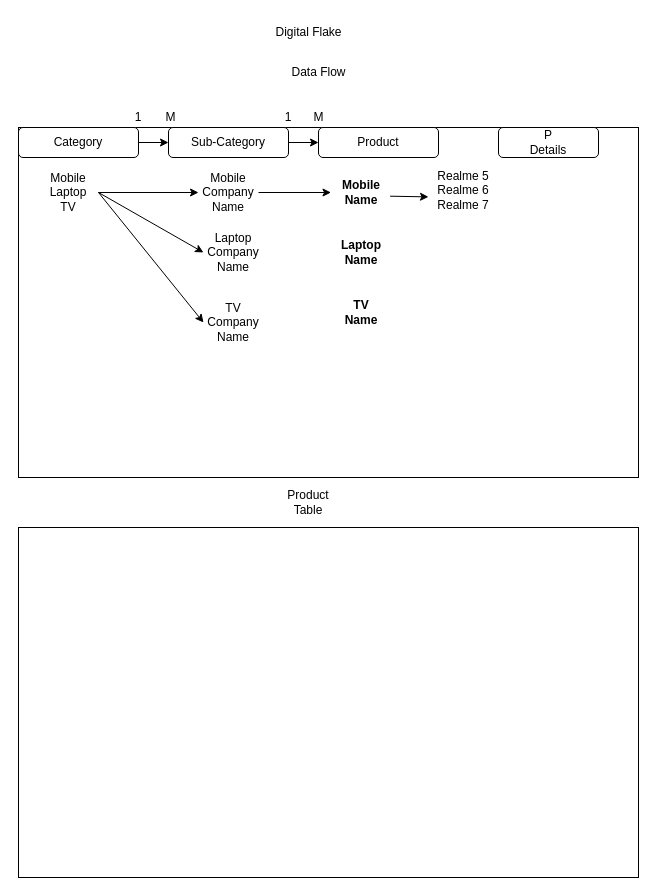
The draw.io diagram Untitled Diagram.drawio in maheshpawar3819/Project-Drawings, before the edit. Source tidied: cells renumbered, new cells numbered last; positions are measured from the earlier drawing's top-left corner, leaving out a move shared by most shapes. Both pictures are drawn from the tidied source at 100%, with x=0, y=0 at pixel (18, 17).
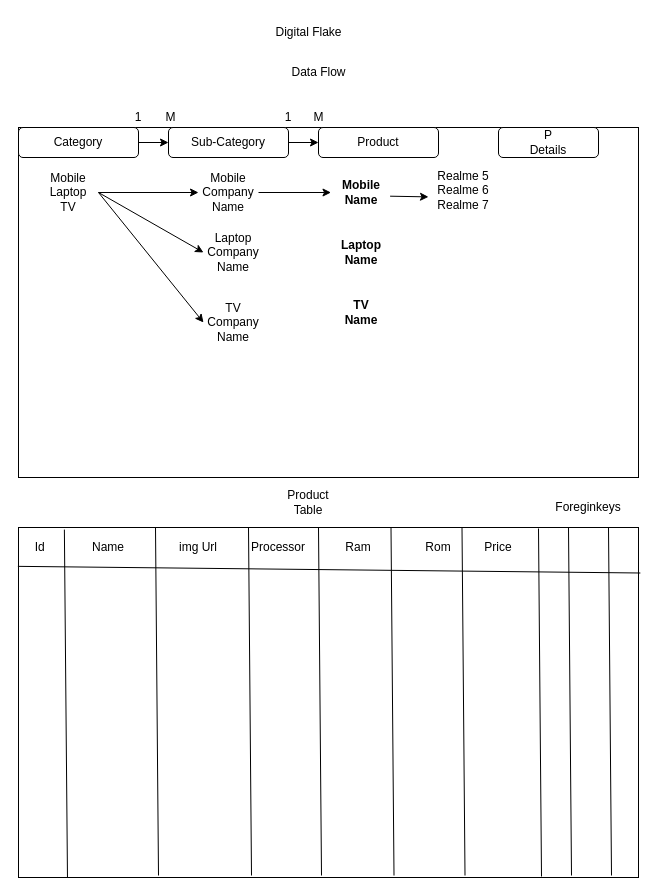
The same page after the edit.

The change refers to these unchanged cells:
```xml
<mxCell id="29" style="rounded=0;whiteSpace=wrap;html=1;" parent="1" vertex="1">
  <mxGeometry y="510" width="620" height="350" as="geometry" />
</mxCell>
```

Diff of the diagram source:
```diff
@@
+    <mxCell id="30" style="endArrow=none;html=1;rounded=0;entryX=0.074;entryY=0.006;entryDx=0;entryDy=0;entryPerimeter=0;exitX=0.079;exitY=0.999;exitDx=0;exitDy=0;exitPerimeter=0;" parent="1" edge="1" source="29" target="29">
+      <mxGeometry relative="1" as="geometry" />
+    </mxCell>
+    <mxCell id="31" style="endArrow=none;html=1;rounded=0;exitX=-0.001;exitY=0.111;exitDx=0;exitDy=0;exitPerimeter=0;entryX=1.003;entryY=0.13;entryDx=0;entryDy=0;entryPerimeter=0;" parent="1" edge="1" source="29" target="29">
+      <mxGeometry relative="1" as="geometry" />
+    </mxCell>
+    <mxCell id="32" style="endArrow=none;html=1;rounded=0;entryX=0.074;entryY=0.006;entryDx=0;entryDy=0;entryPerimeter=0;exitX=0.079;exitY=0.999;exitDx=0;exitDy=0;exitPerimeter=0;" parent="1" edge="1">
+      <mxGeometry relative="1" as="geometry">
+        <mxPoint x="140" y="858" as="sourcePoint" />
+        <mxPoint x="137" y="510" as="targetPoint" />
+      </mxGeometry>
+    </mxCell>
+    <mxCell id="33" style="endArrow=none;html=1;rounded=0;entryX=0.074;entryY=0.006;entryDx=0;entryDy=0;entryPerimeter=0;exitX=0.079;exitY=0.999;exitDx=0;exitDy=0;exitPerimeter=0;" parent="1" edge="1">
+      <mxGeometry relative="1" as="geometry">
+        <mxPoint x="233" y="858" as="sourcePoint" />
+        <mxPoint x="230" y="510" as="targetPoint" />
+      </mxGeometry>
+    </mxCell>
+    <mxCell id="34" style="endArrow=none;html=1;rounded=0;entryX=0.074;entryY=0.006;entryDx=0;entryDy=0;entryPerimeter=0;exitX=0.079;exitY=0.999;exitDx=0;exitDy=0;exitPerimeter=0;" parent="1" edge="1">
+      <mxGeometry relative="1" as="geometry">
+        <mxPoint x="303" y="858" as="sourcePoint" />
+        <mxPoint x="300" y="510" as="targetPoint" />
+      </mxGeometry>
+    </mxCell>
+    <mxCell id="35" style="endArrow=none;html=1;rounded=0;entryX=0.074;entryY=0.006;entryDx=0;entryDy=0;entryPerimeter=0;exitX=0.079;exitY=0.999;exitDx=0;exitDy=0;exitPerimeter=0;" parent="1" edge="1">
+      <mxGeometry relative="1" as="geometry">
+        <mxPoint x="375.5" y="858" as="sourcePoint" />
+        <mxPoint x="372.5" y="510" as="targetPoint" />
+      </mxGeometry>
+    </mxCell>
+    <mxCell id="36" style="endArrow=none;html=1;rounded=0;entryX=0.074;entryY=0.006;entryDx=0;entryDy=0;entryPerimeter=0;exitX=0.079;exitY=0.999;exitDx=0;exitDy=0;exitPerimeter=0;" parent="1" edge="1">
+      <mxGeometry relative="1" as="geometry">
+        <mxPoint x="446.5" y="858" as="sourcePoint" />
+        <mxPoint x="443.5" y="510" as="targetPoint" />
+      </mxGeometry>
+    </mxCell>
+    <mxCell id="37" style="endArrow=none;html=1;rounded=0;entryX=0.074;entryY=0.006;entryDx=0;entryDy=0;entryPerimeter=0;exitX=0.079;exitY=0.999;exitDx=0;exitDy=0;exitPerimeter=0;" parent="1" edge="1">
+      <mxGeometry relative="1" as="geometry">
+        <mxPoint x="523" y="859" as="sourcePoint" />
+        <mxPoint x="520" y="511" as="targetPoint" />
+      </mxGeometry>
+    </mxCell>
+    <mxCell id="38" style="endArrow=none;html=1;rounded=0;entryX=0.074;entryY=0.006;entryDx=0;entryDy=0;entryPerimeter=0;exitX=0.079;exitY=0.999;exitDx=0;exitDy=0;exitPerimeter=0;" parent="1" edge="1">
+      <mxGeometry relative="1" as="geometry">
+        <mxPoint x="553" y="858" as="sourcePoint" />
+        <mxPoint x="550" y="510" as="targetPoint" />
+      </mxGeometry>
+    </mxCell>
+    <mxCell id="39" style="endArrow=none;html=1;rounded=0;entryX=0.074;entryY=0.006;entryDx=0;entryDy=0;entryPerimeter=0;exitX=0.079;exitY=0.999;exitDx=0;exitDy=0;exitPerimeter=0;" parent="1" edge="1">
+      <mxGeometry relative="1" as="geometry">
+        <mxPoint x="593" y="858" as="sourcePoint" />
+        <mxPoint x="590" y="510" as="targetPoint" />
+      </mxGeometry>
+    </mxCell>
+    <mxCell id="40" value="Id&lt;span style=&quot;white-space: pre;&quot;&gt;&#9;&lt;/span&gt;" style="text;html=1;align=center;verticalAlign=middle;whiteSpace=wrap;rounded=0;" parent="1" vertex="1">
+      <mxGeometry x="10" y="520" width="40" height="20" as="geometry" />
+    </mxCell>
+    <mxCell id="41" value="Name" style="text;html=1;align=center;verticalAlign=middle;whiteSpace=wrap;rounded=0;" parent="1" vertex="1">
+      <mxGeometry x="70" y="520" width="40" height="20" as="geometry" />
+    </mxCell>
+    <mxCell id="42" value="img Url" style="text;html=1;align=center;verticalAlign=middle;whiteSpace=wrap;rounded=0;" parent="1" vertex="1">
+      <mxGeometry x="160" y="520" width="40" height="20" as="geometry" />
+    </mxCell>
+    <mxCell id="43" value="Processor" style="text;html=1;align=center;verticalAlign=middle;whiteSpace=wrap;rounded=0;" parent="1" vertex="1">
+      <mxGeometry x="240" y="520" width="40" height="20" as="geometry" />
+    </mxCell>
+    <mxCell id="44" value="Ram" style="text;html=1;align=center;verticalAlign=middle;whiteSpace=wrap;rounded=0;" parent="1" vertex="1">
+      <mxGeometry x="320" y="520" width="40" height="20" as="geometry" />
+    </mxCell>
+    <mxCell id="45" value="Price" style="text;html=1;align=center;verticalAlign=middle;whiteSpace=wrap;rounded=0;" parent="1" vertex="1">
+      <mxGeometry x="460" y="520" width="40" height="20" as="geometry" />
+    </mxCell>
+    <mxCell id="46" value="Rom" style="text;html=1;align=center;verticalAlign=middle;whiteSpace=wrap;rounded=0;" parent="1" vertex="1">
+      <mxGeometry x="400" y="520" width="40" height="20" as="geometry" />
+    </mxCell>
+    <mxCell id="47" value="Foreginkeys" style="text;html=1;align=center;verticalAlign=middle;whiteSpace=wrap;rounded=0;" parent="1" vertex="1">
+      <mxGeometry x="550" y="480" width="40" height="20" as="geometry" />
+    </mxCell>
```
